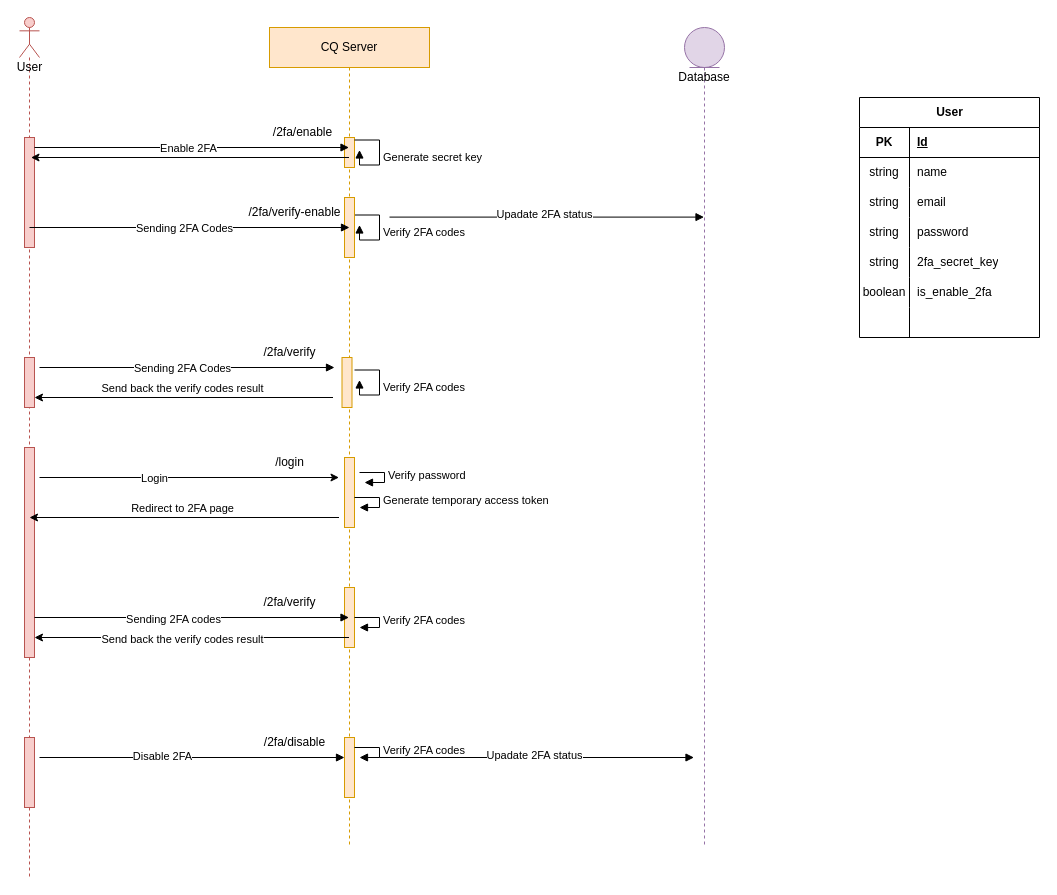
Earlier version of the draw.io diagram Untitled Diagram.drawio (shine8888/awsome-chat). Source tidied: cells renumbered, new cells numbered last; positions are measured from the earlier drawing's top-left corner, leaving out a move shared by most shapes. Both pictures are drawn from the tidied source at 100%, with x=0, y=0 at pixel (19, 17).
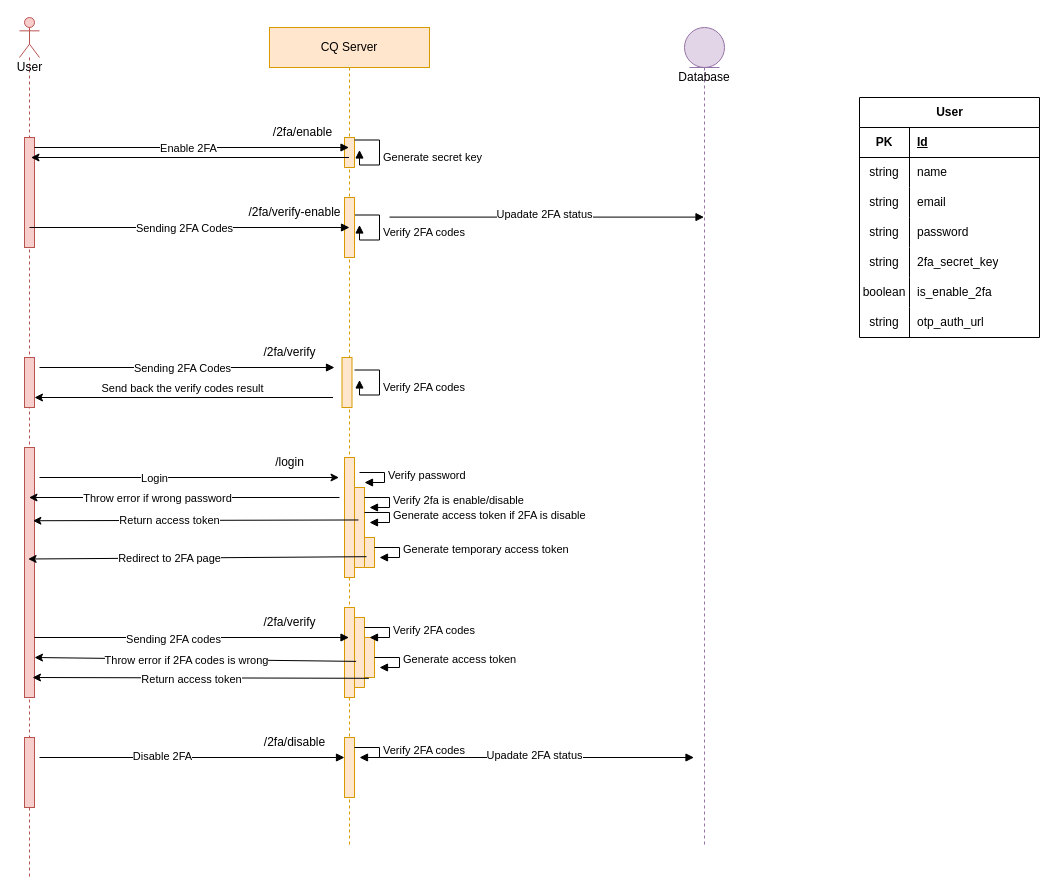
The same page after the edit.

Unchanged cells that the change refers to:
```xml
<mxCell id="2" value="User" style="shape=umlLifeline;participant=umlActor;perimeter=lifelinePerimeter;html=1;verticalAlign=top;spacingTop=36;outlineConnect=0;size=40;fillColor=#f8cecc;strokeColor=#b85450;" parent="1" vertex="1">
  <mxGeometry width="20" height="860" as="geometry" />
</mxCell>
<mxCell id="7" value="CQ Server" style="shape=umlLifeline;perimeter=lifelinePerimeter;whiteSpace=wrap;html=1;outlineConnect=0;fillColor=#ffe6cc;strokeColor=#d79b00;" parent="1" vertex="1">
  <mxGeometry x="250" y="10" width="160" height="820" as="geometry" />
</mxCell>
```

What changed in the source:
```diff
@@
     <mxCell id="4" style="html=1;points=[];perimeter=orthogonalPerimeter;fillColor=#f8cecc;strokeColor=#b85450;" parent="2" vertex="1">
-      <mxGeometry x="5" y="430" width="10" height="210" as="geometry" />
+      <mxGeometry x="5" y="430" width="10" height="250" as="geometry" />
     </mxCell>
@@
     <mxCell id="9" style="html=1;perimeter=orthogonalPerimeter;fillColor=#ffe6cc;strokeColor=#d79b00;" parent="7" vertex="1">
-      <mxGeometry x="75" y="430" width="10" height="70" as="geometry" />
+      <mxGeometry x="75" y="430" width="10" height="120" as="geometry" />
     </mxCell>
@@
     <mxCell id="11" style="html=1;perimeter=orthogonalPerimeter;fillColor=#ffe6cc;strokeColor=#d79b00;" parent="7" vertex="1">
-      <mxGeometry x="75" y="560" width="10" height="60" as="geometry" />
+      <mxGeometry x="75" y="580" width="10" height="90" as="geometry" />
     </mxCell>
@@
-    <mxCell id="19" value="Verify 2FA codes" style="edgeStyle=orthogonalEdgeStyle;html=1;align=left;spacingLeft=2;endArrow=block;rounded=0;entryX=1;entryY=0;" parent="7" edge="1">
-      <mxGeometry relative="1" as="geometry">
-        <mxPoint x="85" y="590" as="sourcePoint" />
-        <mxPoint x="90" y="600" as="targetPoint" />
-        <Array as="points">
-          <mxPoint x="110" y="590" />
-          <mxPoint x="110" y="600" />
-        </Array>
-      </mxGeometry>
-    </mxCell>
@@
-    <mxCell id="21" value="Generate temporary access token" style="edgeStyle=orthogonalEdgeStyle;html=1;align=left;spacingLeft=2;endArrow=block;rounded=0;entryX=1;entryY=0;" parent="7" edge="1">
-      <mxGeometry relative="1" as="geometry">
-        <mxPoint x="85" y="470" as="sourcePoint" />
-        <mxPoint x="90" y="480" as="targetPoint" />
-        <Array as="points">
-          <mxPoint x="110" y="470" />
-          <mxPoint x="110" y="480" />
-        </Array>
-      </mxGeometry>
-    </mxCell>
@@
     <mxCell id="23" value="/2fa/verify" style="text;html=1;align=center;verticalAlign=middle;strokeColor=none;fillColor=none;" parent="7" vertex="1">
-      <mxGeometry x="-20" y="560" width="80" height="30" as="geometry" />
+      <mxGeometry x="-20" y="580" width="80" height="30" as="geometry" />
     </mxCell>
@@
+    <mxCell id="75" style="html=1;points=[];perimeter=orthogonalPerimeter;fillColor=#ffe6cc;strokeColor=#d79b00;" parent="7" vertex="1">
+      <mxGeometry x="85" y="460" width="10" height="80" as="geometry" />
+    </mxCell>
+    <mxCell id="76" value="Verify 2fa is enable/disable" style="edgeStyle=orthogonalEdgeStyle;html=1;align=left;spacingLeft=2;endArrow=block;rounded=0;entryX=1;entryY=0;" parent="7" edge="1">
+      <mxGeometry relative="1" as="geometry">
+        <mxPoint x="95" y="470" as="sourcePoint" />
+        <mxPoint x="100" y="480" as="targetPoint" />
+        <Array as="points">
+          <mxPoint x="120" y="470" />
+          <mxPoint x="120" y="480" />
+        </Array>
+      </mxGeometry>
+    </mxCell>
+    <mxCell id="77" style="endArrow=classic;html=1;rounded=0;" parent="7" edge="1" target="2">
+      <mxGeometry relative="1" as="geometry">
+        <mxPoint x="70" y="470" as="sourcePoint" />
+      </mxGeometry>
+    </mxCell>
+    <mxCell id="78" value="Throw error if wrong password" style="edgeLabel;html=1;align=center;verticalAlign=middle;" parent="77" vertex="1">
+      <mxGeometry x="0.17" relative="1" as="geometry" />
+    </mxCell>
+    <mxCell id="79" style="html=1;points=[];perimeter=orthogonalPerimeter;fillColor=#ffe6cc;strokeColor=#d79b00;" parent="7" vertex="1">
+      <mxGeometry x="95" y="510" width="10" height="30" as="geometry" />
+    </mxCell>
+    <mxCell id="21" value="Generate temporary access token" style="edgeStyle=orthogonalEdgeStyle;html=1;align=left;spacingLeft=2;endArrow=block;rounded=0;entryX=1;entryY=0;" parent="7" edge="1">
+      <mxGeometry x="-0.01" relative="1" as="geometry">
+        <mxPoint x="105" y="520" as="sourcePoint" />
+        <mxPoint x="110" y="530" as="targetPoint" />
+        <Array as="points">
+          <mxPoint x="130" y="520" />
+          <mxPoint x="130" y="530" />
+        </Array>
+      </mxGeometry>
+    </mxCell>
+    <mxCell id="80" style="html=1;points=[];perimeter=orthogonalPerimeter;fillColor=#ffe6cc;strokeColor=#d79b00;" parent="7" vertex="1">
+      <mxGeometry x="85" y="590" width="10" height="70" as="geometry" />
+    </mxCell>
+    <mxCell id="81" style="html=1;points=[];perimeter=orthogonalPerimeter;fillColor=#ffe6cc;strokeColor=#d79b00;" parent="7" vertex="1">
+      <mxGeometry x="95" y="610" width="10" height="40" as="geometry" />
+    </mxCell>
+    <mxCell id="82" value="Generate access token" style="edgeStyle=orthogonalEdgeStyle;html=1;align=left;spacingLeft=2;endArrow=block;rounded=0;entryX=1;entryY=0;" parent="7" edge="1">
+      <mxGeometry x="-0.01" relative="1" as="geometry">
+        <mxPoint x="105" y="630" as="sourcePoint" />
+        <mxPoint x="110" y="640" as="targetPoint" />
+        <Array as="points">
+          <mxPoint x="130" y="630" />
+          <mxPoint x="130" y="640" />
+        </Array>
+      </mxGeometry>
+    </mxCell>
+    <mxCell id="19" value="Verify 2FA codes" style="edgeStyle=orthogonalEdgeStyle;html=1;align=left;spacingLeft=2;endArrow=block;rounded=0;entryX=1;entryY=0;" parent="7" edge="1">
+      <mxGeometry relative="1" as="geometry">
+        <mxPoint x="95" y="600" as="sourcePoint" />
+        <mxPoint x="100" y="610" as="targetPoint" />
+        <Array as="points">
+          <mxPoint x="120" y="600" />
+          <mxPoint x="120" y="610" />
+        </Array>
+      </mxGeometry>
+    </mxCell>
+    <mxCell id="83" style="endArrow=classic;html=1;rounded=0;exitX=0.44;exitY=1.02;exitDx=0;exitDy=0;exitPerimeter=0;" parent="7" edge="1" source="81">
+      <mxGeometry relative="1" as="geometry">
+        <mxPoint x="-237" y="650" as="targetPoint" />
+      </mxGeometry>
+    </mxCell>
+    <mxCell id="84" value="Return access token" style="edgeLabel;html=1;align=center;verticalAlign=middle;" parent="83" vertex="1">
+      <mxGeometry x="0.06" y="1" relative="1" as="geometry" />
+    </mxCell>
+    <mxCell id="85" value="Generate access token if 2FA is disable" style="edgeStyle=orthogonalEdgeStyle;html=1;align=left;spacingLeft=2;endArrow=block;rounded=0;entryX=1;entryY=0;" parent="7" edge="1">
+      <mxGeometry relative="1" as="geometry">
+        <mxPoint x="95" y="485" as="sourcePoint" />
+        <mxPoint x="100" y="495" as="targetPoint" />
+        <Array as="points">
+          <mxPoint x="120" y="485" />
+          <mxPoint x="120" y="495" />
+        </Array>
+      </mxGeometry>
+    </mxCell>
@@
-    <mxCell id="35" style="endArrow=classic;html=1;rounded=0;" parent="1" edge="1">
-      <mxGeometry relative="1" as="geometry">
-        <mxPoint x="319.5" y="500" as="sourcePoint" />
-        <mxPoint x="10" y="500" as="targetPoint" />
-      </mxGeometry>
-    </mxCell>
-    <mxCell id="36" value="Redirect to 2FA page" style="edgeLabel;html=1;align=center;verticalAlign=middle;" parent="35" vertex="1">
-      <mxGeometry x="0.02" y="1" relative="1" as="geometry">
-        <mxPoint x="1" y="-11" as="offset" />
-      </mxGeometry>
-    </mxCell>
-    <mxCell id="37" style="html=1;verticalAlign=bottom;endArrow=block;rounded=0;" parent="1" edge="1" target="7">
+    <mxCell id="37" style="html=1;verticalAlign=bottom;endArrow=block;rounded=0;" parent="1" edge="1">
       <mxGeometry relative="1" as="geometry">
-        <mxPoint x="15" y="600" as="sourcePoint" />
+        <mxPoint x="15" y="620" as="sourcePoint" />
+        <mxPoint x="329.5" y="620" as="targetPoint" />
       </mxGeometry>
     </mxCell>
@@
-    <mxCell id="69" style="endArrow=classic;html=1;rounded=0;" parent="1" edge="1" source="7">
+    <mxCell id="69" style="endArrow=classic;html=1;rounded=0;exitX=0.16;exitY=0.627;exitDx=0;exitDy=0;exitPerimeter=0;" parent="1" edge="1" source="80">
       <mxGeometry relative="1" as="geometry">
-        <mxPoint x="15" y="620" as="targetPoint" />
+        <mxPoint x="15" y="640" as="targetPoint" />
       </mxGeometry>
     </mxCell>
-    <mxCell id="70" value="Send back the verify codes result" style="edgeLabel;html=1;align=center;verticalAlign=middle;" parent="69" vertex="1">
+    <mxCell id="70" value="Throw error if 2FA codes is wrong" style="edgeLabel;html=1;align=center;verticalAlign=middle;" parent="69" vertex="1">
       <mxGeometry x="0.06" y="1" relative="1" as="geometry" />
     </mxCell>
@@
+    <mxCell id="86" style="endArrow=classic;html=1;rounded=0;exitX=0.4;exitY=0.406;exitDx=0;exitDy=0;exitPerimeter=0;entryX=0.84;entryY=0.293;entryDx=0;entryDy=0;entryPerimeter=0;" parent="1" edge="1" source="75" target="4">
+      <mxGeometry relative="1" as="geometry" />
+    </mxCell>
+    <mxCell id="87" value="Return access token" style="edgeLabel;html=1;align=center;verticalAlign=middle;" parent="86" vertex="1">
+      <mxGeometry x="0.17" relative="1" as="geometry" />
+    </mxCell>
+    <mxCell id="88" style="endArrow=classic;html=1;rounded=0;exitX=0.2;exitY=0.64;exitDx=0;exitDy=0;exitPerimeter=0;entryX=0.36;entryY=0.446;entryDx=0;entryDy=0;entryPerimeter=0;" parent="1" edge="1" source="79" target="4">
+      <mxGeometry relative="1" as="geometry" />
+    </mxCell>
+    <mxCell id="36" value="Redirect to 2FA page" style="edgeLabel;html=1;align=center;verticalAlign=middle;" parent="88" vertex="1">
+      <mxGeometry x="0.17" relative="1" as="geometry" />
+    </mxCell>
+    <mxCell id="89" value="string" style="shape=partialRectangle;fillColor=none;top=0;left=0;bottom=0;right=0;overflow=hidden;whiteSpace=wrap;html=1;" parent="1" vertex="1">
+      <mxGeometry x="840" y="290" width="50" height="30" as="geometry" />
+    </mxCell>
+    <mxCell id="90" value="otp_auth_url" style="shape=partialRectangle;fillColor=none;top=0;left=0;bottom=0;right=0;align=left;spacingLeft=6;overflow=hidden;whiteSpace=wrap;html=1;" parent="1" vertex="1">
+      <mxGeometry x="890" y="290" width="130" height="30" as="geometry" />
+    </mxCell>
```
